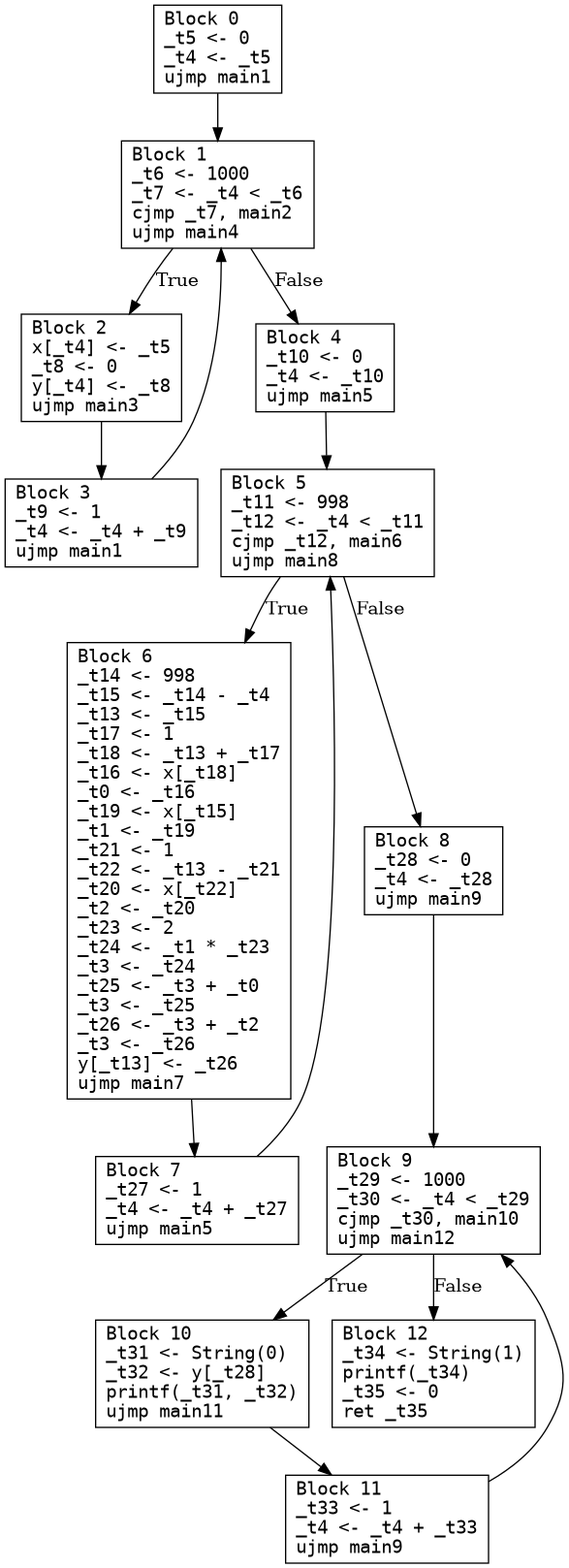
Earlier version of the Graphviz export main.png (seanchuck/compiler-s25). Its source is kept beside it as main.dot. The source it was exported from:
```dot
digraph CFG {
  node [shape=box fontname="monospace"];
  0 [label="Block 0\l_t5 <- 0\l_t4 <- _t5\lujmp main1\l"];
  1 [label="Block 1\l_t6 <- 1000\l_t7 <- _t4 < _t6\lcjmp _t7, main2\lujmp main4\l"];
  2 [label="Block 2\lx[_t4] <- _t5\l_t8 <- 0\ly[_t4] <- _t8\lujmp main3\l"];
  3 [label="Block 3\l_t9 <- 1\l_t4 <- _t4 + _t9\lujmp main1\l"];
  4 [label="Block 4\l_t10 <- 0\l_t4 <- _t10\lujmp main5\l"];
  5 [label="Block 5\l_t11 <- 998\l_t12 <- _t4 < _t11\lcjmp _t12, main6\lujmp main8\l"];
  6 [label="Block 6\l_t14 <- 998\l_t15 <- _t14 - _t4\l_t13 <- _t15\l_t17 <- 1\l_t18 <- _t13 + _t17\l_t16 <- x[_t18]\l_t0 <- _t16\l_t19 <- x[_t15]\l_t1 <- _t19\l_t21 <- 1\l_t22 <- _t13 - _t21\l_t20 <- x[_t22]\l_t2 <- _t20\l_t23 <- 2\l_t24 <- _t1 * _t23\l_t3 <- _t24\l_t25 <- _t3 + _t0\l_t3 <- _t25\l_t26 <- _t3 + _t2\l_t3 <- _t26\ly[_t13] <- _t26\lujmp main7\l"];
  7 [label="Block 7\l_t27 <- 1\l_t4 <- _t4 + _t27\lujmp main5\l"];
  8 [label="Block 8\l_t28 <- 0\l_t4 <- _t28\lujmp main9\l"];
  9 [label="Block 9\l_t29 <- 1000\l_t30 <- _t4 < _t29\lcjmp _t30, main10\lujmp main12\l"];
  10 [label="Block 10\l_t31 <- String(0)\l_t32 <- y[_t28]\lprintf(_t31, _t32)\lujmp main11\l"];
  11 [label="Block 11\l_t33 <- 1\l_t4 <- _t4 + _t33\lujmp main9\l"];
  12 [label="Block 12\l_t34 <- String(1)\lprintf(_t34)\l_t35 <- 0\lret _t35\l"];
  0 -> 1 [label=""];
  1 -> 2 [label="True"];
  1 -> 4 [label="False"];
  2 -> 3 [label=""];
  3 -> 1 [label=""];
  4 -> 5 [label=""];
  5 -> 6 [label="True"];
  5 -> 8 [label="False"];
  6 -> 7 [label=""];
  7 -> 5 [label=""];
  8 -> 9 [label=""];
  9 -> 12 [label="False"];
  9 -> 10 [label="True"];
  10 -> 11 [label=""];
  11 -> 9 [label=""];
}
```
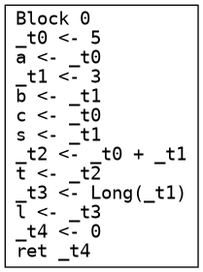
The same file after the commit.

Diff of the diagram source:
```diff
@@ -1,31 +1,4 @@
 digraph CFG {
   node [shape=box fontname="monospace"];
-  0 [label="Block 0\l_t5 <- 0\l_t4 <- _t5\lujmp main1\l"];
-  1 [label="Block 1\l_t6 <- 1000\l_t7 <- _t4 < _t6\lcjmp _t7, main2\lujmp main4\l"];
-  2 [label="Block 2\lx[_t4] <- _t5\l_t8 <- 0\ly[_t4] <- _t8\lujmp main3\l"];
-  3 [label="Block 3\l_t9 <- 1\l_t4 <- _t4 + _t9\lujmp main1\l"];
-  4 [label="Block 4\l_t10 <- 0\l_t4 <- _t10\lujmp main5\l"];
-  5 [label="Block 5\l_t11 <- 998\l_t12 <- _t4 < _t11\lcjmp _t12, main6\lujmp main8\l"];
-  6 [label="Block 6\l_t14 <- 998\l_t15 <- _t14 - _t4\l_t13 <- _t15\l_t17 <- 1\l_t18 <- _t13 + _t17\l_t16 <- x[_t18]\l_t0 <- _t16\l_t19 <- x[_t15]\l_t1 <- _t19\l_t21 <- 1\l_t22 <- _t13 - _t21\l_t20 <- x[_t22]\l_t2 <- _t20\l_t23 <- 2\l_t24 <- _t1 * _t23\l_t3 <- _t24\l_t25 <- _t3 + _t0\l_t3 <- _t25\l_t26 <- _t3 + _t2\l_t3 <- _t26\ly[_t13] <- _t26\lujmp main7\l"];
-  7 [label="Block 7\l_t27 <- 1\l_t4 <- _t4 + _t27\lujmp main5\l"];
-  8 [label="Block 8\l_t28 <- 0\l_t4 <- _t28\lujmp main9\l"];
-  9 [label="Block 9\l_t29 <- 1000\l_t30 <- _t4 < _t29\lcjmp _t30, main10\lujmp main12\l"];
-  10 [label="Block 10\l_t31 <- String(0)\l_t32 <- y[_t28]\lprintf(_t31, _t32)\lujmp main11\l"];
-  11 [label="Block 11\l_t33 <- 1\l_t4 <- _t4 + _t33\lujmp main9\l"];
-  12 [label="Block 12\l_t34 <- String(1)\lprintf(_t34)\l_t35 <- 0\lret _t35\l"];
-  0 -> 1 [label=""];
-  1 -> 2 [label="True"];
-  1 -> 4 [label="False"];
-  2 -> 3 [label=""];
-  3 -> 1 [label=""];
-  4 -> 5 [label=""];
-  5 -> 6 [label="True"];
-  5 -> 8 [label="False"];
-  6 -> 7 [label=""];
-  7 -> 5 [label=""];
-  8 -> 9 [label=""];
-  9 -> 12 [label="False"];
-  9 -> 10 [label="True"];
-  10 -> 11 [label=""];
-  11 -> 9 [label=""];
+  0 [label="Block 0\l_t0 <- 5\la <- _t0\l_t1 <- 3\lb <- _t1\lc <- _t0\ls <- _t1\l_t2 <- _t0 + _t1\lt <- _t2\l_t3 <- Long(_t1)\ll <- _t3\l_t4 <- 0\lret _t4\l"];
 }
```
